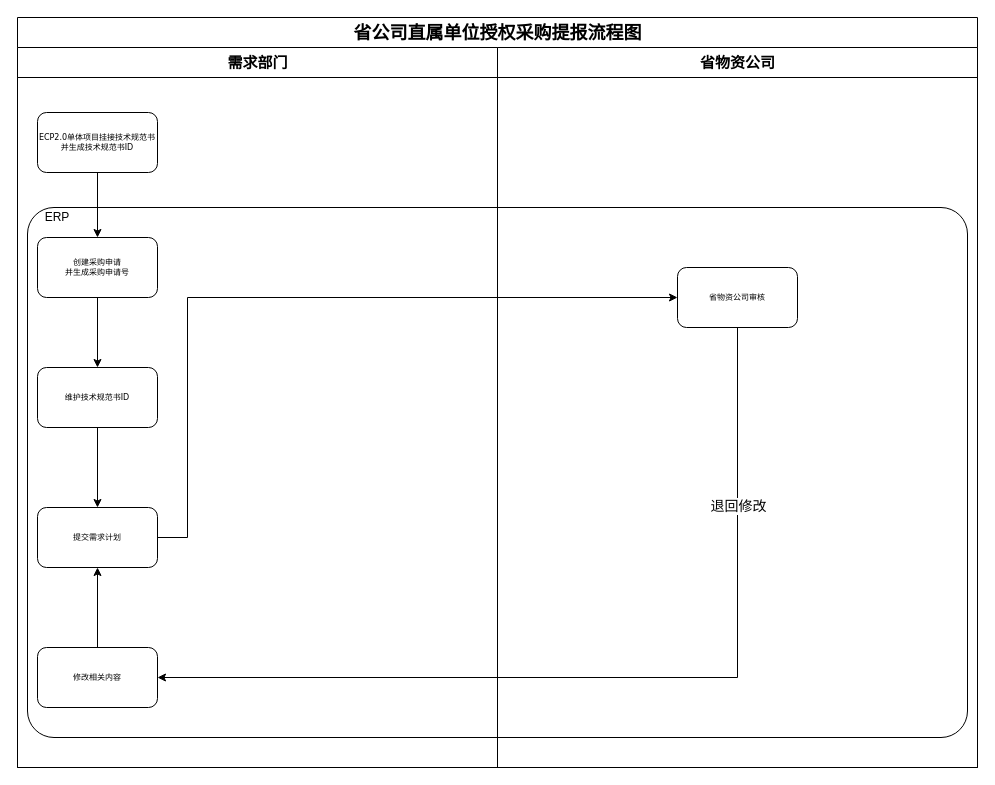
Earlier version of the draw.io diagram 省公司直属单位提报流程.drawio (KongValley/hugo). Source tidied: cells renumbered, new cells numbered last; positions are measured from the earlier drawing's top-left corner, leaving out a move shared by most shapes. Both pictures are drawn from the tidied source at 100%, with x=0, y=0 at pixel (17, 17).
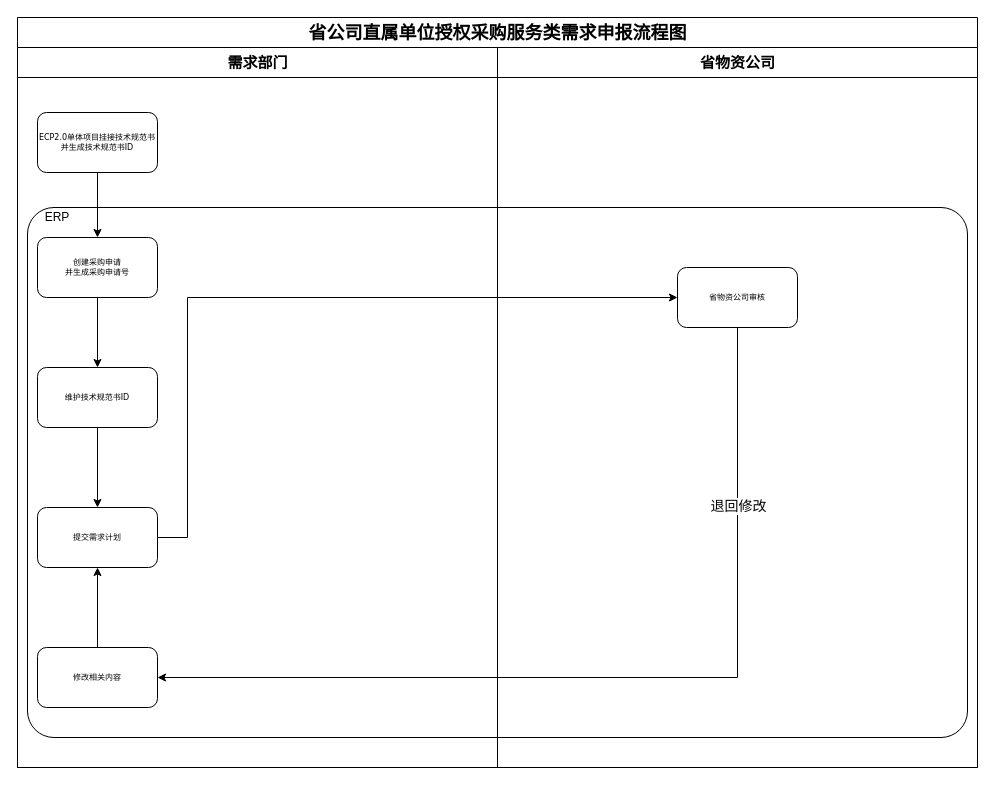
After the change.

Commit message:
Update 省公司直属单位提报流程.drawio

Diff of the diagram source:
```diff
@@
-    <mxCell id="3" value="&lt;font style=&quot;font-size: 18px&quot;&gt;省公司直属单位授权采购提报流程图&lt;/font&gt;" style="swimlane;html=1;startSize=30;rounded=0;shadow=0;labelBackgroundColor=none;strokeWidth=1;fontFamily=Verdana;fontSize=18;align=center;" parent="1" vertex="1">
+    <mxCell id="3" value="&lt;font style=&quot;font-size: 18px&quot;&gt;省公司直属单位授权采购服务类需求申报流程图&lt;/font&gt;" style="swimlane;html=1;startSize=30;rounded=0;shadow=0;labelBackgroundColor=none;strokeWidth=1;fontFamily=Verdana;fontSize=18;align=center;" parent="1" vertex="1">
       <mxGeometry width="960" height="750" as="geometry" />
     </mxCell>
```
